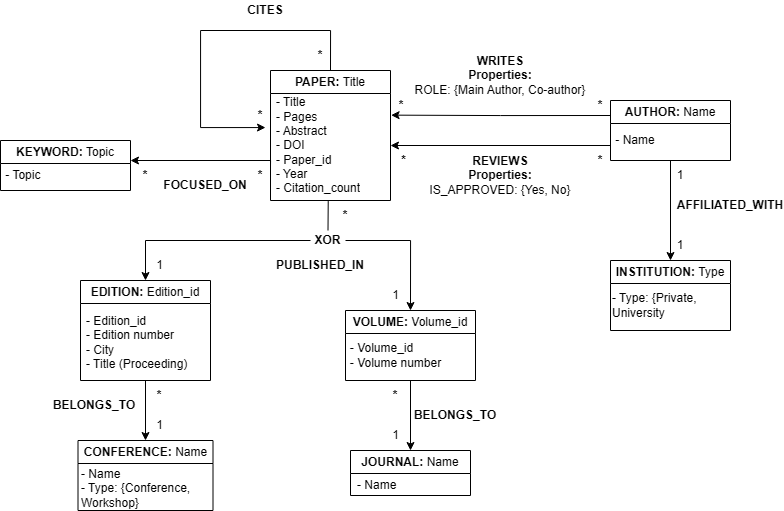
Earlier version of the draw.io export A/A.3/A.3_Schema.png (NIU1638529/SDM-Project). Source tidied: cells renumbered, new cells last; positions are measured from the earlier drawing's top-left corner, leaving out a move shared by most shapes.
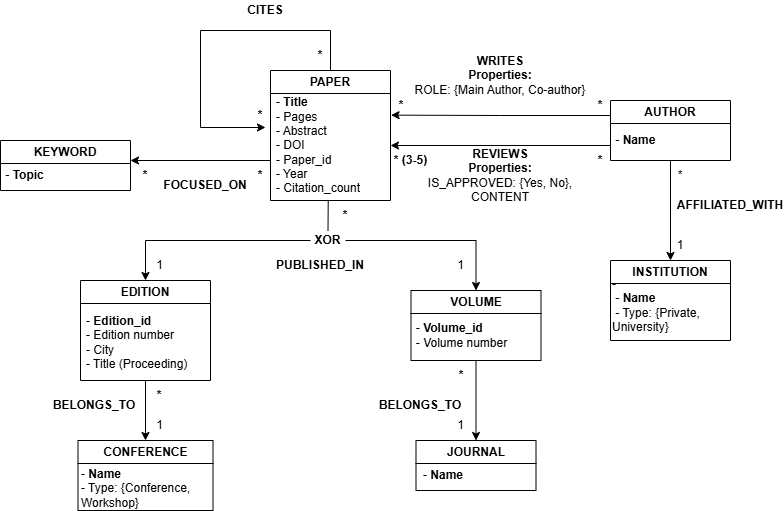
After the commit.

Diff of the diagram source:
```diff
@@ -5,28 +5,28 @@
     <mxCell id="2" style="edgeStyle=orthogonalEdgeStyle;rounded=0;jettySize=auto;html=1;exitX=0;exitY=0.5;exitDx=0;exitDy=0;" parent="1" edge="1" source="42" target="9">
       <mxGeometry relative="1" as="geometry" />
     </mxCell>
-    <mxCell id="3" value="PAPER: &lt;span style=&quot;font-weight: normal;&quot;&gt;Title&lt;/span&gt;" style="swimlane;whiteSpace=wrap;html=1;" parent="1" vertex="1">
+    <mxCell id="3" value="PAPER" style="swimlane;whiteSpace=wrap;html=1;" parent="1" vertex="1">
       <mxGeometry x="270" y="70" width="120" height="130" as="geometry" />
     </mxCell>
-    <mxCell id="4" value="&lt;div&gt;&lt;span style=&quot;background-color: transparent; color: light-dark(rgb(0, 0, 0), rgb(255, 255, 255));&quot;&gt;- Title&lt;/span&gt;&lt;/div&gt;&lt;div&gt;&lt;span style=&quot;background-color: transparent; color: light-dark(rgb(0, 0, 0), rgb(255, 255, 255));&quot;&gt;- Pages&lt;/span&gt;&lt;/div&gt;- Abstract&lt;div&gt;- DOI&lt;/div&gt;&lt;div&gt;- Paper_id&lt;/div&gt;&lt;div&gt;- Year&lt;/div&gt;&lt;div&gt;- Citation_count&lt;/div&gt;" style="text;strokeColor=none;fillColor=none;align=left;verticalAlign=middle;spacingLeft=4;spacingRight=4;overflow=hidden;points=[[0,0.5],[1,0.5]];portConstraint=eastwest;whiteSpace=wrap;html=1;" parent="3" vertex="1">
+    <mxCell id="4" value="&lt;div&gt;&lt;span style=&quot;background-color: transparent; color: light-dark(rgb(0, 0, 0), rgb(255, 255, 255));&quot;&gt;- &lt;b&gt;Title&lt;/b&gt;&lt;/span&gt;&lt;/div&gt;&lt;div&gt;&lt;span style=&quot;background-color: transparent; color: light-dark(rgb(0, 0, 0), rgb(255, 255, 255));&quot;&gt;- Pages&lt;/span&gt;&lt;/div&gt;- Abstract&lt;div&gt;- DOI&lt;/div&gt;&lt;div&gt;- Paper_id&lt;/div&gt;&lt;div&gt;- Year&lt;/div&gt;&lt;div&gt;- Citation_count&lt;/div&gt;" style="text;strokeColor=none;fillColor=none;align=left;verticalAlign=middle;spacingLeft=4;spacingRight=4;overflow=hidden;points=[[0,0.5],[1,0.5]];portConstraint=eastwest;whiteSpace=wrap;html=1;" parent="3" vertex="1">
       <mxGeometry y="20" width="120" height="110" as="geometry" />
     </mxCell>
     <mxCell id="5" value="&lt;div&gt;&lt;b&gt;*&lt;/b&gt;&lt;/div&gt;" style="text;html=1;whiteSpace=wrap;strokeColor=none;fillColor=none;align=center;verticalAlign=middle;rounded=0;" parent="3" vertex="1">
       <mxGeometry x="35" y="-30" width="30" height="30" as="geometry" />
     </mxCell>
-    <mxCell id="6" value="AUTHOR: &lt;span style=&quot;font-weight: 400;&quot;&gt;Name&lt;/span&gt;" style="swimlane;whiteSpace=wrap;html=1;" parent="1" vertex="1">
+    <mxCell id="6" value="AUTHOR" style="swimlane;whiteSpace=wrap;html=1;" parent="1" vertex="1">
       <mxGeometry x="610" y="100" width="120" height="60" as="geometry" />
     </mxCell>
-    <mxCell id="7" value="CONFERENCE: &lt;span style=&quot;font-weight: normal;&quot;&gt;Name&lt;/span&gt;" style="swimlane;whiteSpace=wrap;html=1;" parent="1" vertex="1">
+    <mxCell id="7" value="CONFERENCE" style="swimlane;whiteSpace=wrap;html=1;" parent="1" vertex="1">
       <mxGeometry x="77.5" y="440" width="135" height="70" as="geometry" />
     </mxCell>
-    <mxCell id="8" value="&lt;div&gt;&lt;br&gt;&lt;/div&gt;&lt;div&gt;- Name&lt;/div&gt;&lt;div&gt;&lt;span style=&quot;background-color: transparent; color: light-dark(rgb(0, 0, 0), rgb(255, 255, 255));&quot;&gt;- Type: {Conference, Workshop}&lt;/span&gt;&lt;/div&gt;" style="text;strokeColor=none;fillColor=none;align=left;verticalAlign=middle;spacingLeft=4;spacingRight=4;overflow=hidden;whiteSpace=wrap;html=1;" parent="7" vertex="1">
+    <mxCell id="8" value="&lt;div&gt;&lt;br&gt;&lt;/div&gt;&lt;div&gt;- &lt;b&gt;Name&lt;/b&gt;&lt;/div&gt;&lt;div&gt;&lt;span style=&quot;background-color: transparent; color: light-dark(rgb(0, 0, 0), rgb(255, 255, 255));&quot;&gt;- Type: {Conference, Workshop}&lt;/span&gt;&lt;/div&gt;" style="text;strokeColor=none;fillColor=none;align=left;verticalAlign=middle;spacingLeft=4;spacingRight=4;overflow=hidden;whiteSpace=wrap;html=1;" parent="7" vertex="1">
       <mxGeometry x="-2.5" y="10" width="132.5" height="60" as="geometry" />
     </mxCell>
-    <mxCell id="9" value="EDITION: &lt;span style=&quot;font-weight: normal;&quot;&gt;Edition_id&lt;/span&gt;" style="swimlane;whiteSpace=wrap;html=1;" parent="1" vertex="1">
+    <mxCell id="9" value="EDITION" style="swimlane;whiteSpace=wrap;html=1;" parent="1" vertex="1">
       <mxGeometry x="80" y="280" width="130" height="100" as="geometry" />
     </mxCell>
-    <mxCell id="10" value="&lt;div style=&quot;text-align: left;&quot;&gt;&lt;span style=&quot;background-color: transparent; color: light-dark(rgb(0, 0, 0), rgb(255, 255, 255));&quot;&gt;&lt;br&gt;&lt;/span&gt;&lt;/div&gt;&lt;div style=&quot;text-align: left;&quot;&gt;&lt;span style=&quot;background-color: transparent; color: light-dark(rgb(0, 0, 0), rgb(255, 255, 255));&quot;&gt;&amp;nbsp;- Edition_id&lt;/span&gt;&lt;/div&gt;&lt;div style=&quot;text-align: left;&quot;&gt;&lt;span style=&quot;background-color: transparent; color: light-dark(rgb(0, 0, 0), rgb(255, 255, 255));&quot;&gt;&amp;nbsp;- Edition&amp;nbsp;&lt;/span&gt;&lt;span style=&quot;background-color: transparent; color: light-dark(rgb(0, 0, 0), rgb(255, 255, 255));&quot;&gt;number&lt;/span&gt;&lt;/div&gt;&lt;div style=&quot;text-align: left;&quot;&gt;&lt;span style=&quot;text-align: center; background-color: transparent; color: light-dark(rgb(0, 0, 0), rgb(255, 255, 255));&quot;&gt;&amp;nbsp;- City&lt;/span&gt;&lt;/div&gt;&lt;div style=&quot;text-align: left;&quot;&gt;&lt;span style=&quot;background-color: transparent; color: light-dark(rgb(0, 0, 0), rgb(255, 255, 255)); text-align: center;&quot;&gt;&amp;nbsp;- Title (Proceeding)&lt;/span&gt;&lt;/div&gt;" style="text;html=1;whiteSpace=wrap;strokeColor=none;fillColor=none;align=center;verticalAlign=middle;rounded=0;" parent="9" vertex="1">
+    <mxCell id="10" value="&lt;div style=&quot;text-align: left;&quot;&gt;&lt;span style=&quot;background-color: transparent; color: light-dark(rgb(0, 0, 0), rgb(255, 255, 255));&quot;&gt;&lt;br&gt;&lt;/span&gt;&lt;/div&gt;&lt;div style=&quot;text-align: left;&quot;&gt;&lt;span style=&quot;background-color: transparent; color: light-dark(rgb(0, 0, 0), rgb(255, 255, 255));&quot;&gt;&amp;nbsp;- &lt;b&gt;Edition_id&lt;/b&gt;&lt;/span&gt;&lt;/div&gt;&lt;div style=&quot;text-align: left;&quot;&gt;&lt;span style=&quot;background-color: transparent; color: light-dark(rgb(0, 0, 0), rgb(255, 255, 255));&quot;&gt;&amp;nbsp;- Edition&amp;nbsp;&lt;/span&gt;&lt;span style=&quot;background-color: transparent; color: light-dark(rgb(0, 0, 0), rgb(255, 255, 255));&quot;&gt;number&lt;/span&gt;&lt;/div&gt;&lt;div style=&quot;text-align: left;&quot;&gt;&lt;span style=&quot;text-align: center; background-color: transparent; color: light-dark(rgb(0, 0, 0), rgb(255, 255, 255));&quot;&gt;&amp;nbsp;- City&lt;/span&gt;&lt;/div&gt;&lt;div style=&quot;text-align: left;&quot;&gt;&lt;span style=&quot;background-color: transparent; color: light-dark(rgb(0, 0, 0), rgb(255, 255, 255)); text-align: center;&quot;&gt;&amp;nbsp;- Title (Proceeding)&lt;/span&gt;&lt;/div&gt;" style="text;html=1;whiteSpace=wrap;strokeColor=none;fillColor=none;align=center;verticalAlign=middle;rounded=0;" parent="9" vertex="1">
       <mxGeometry y="40" width="110" height="30" as="geometry" />
     </mxCell>
     <mxCell id="11" value="&lt;b&gt;CITES&lt;/b&gt;" style="text;html=1;whiteSpace=wrap;strokeColor=none;fillColor=none;align=center;verticalAlign=middle;rounded=0;" parent="1" vertex="1">
@@ -35,35 +35,38 @@
     <mxCell id="12" value="&lt;b&gt;WRITES&lt;/b&gt;&lt;div&gt;&lt;b&gt;Properties:&lt;br&gt;&lt;/b&gt;&lt;div&gt;&lt;span style=&quot;background-color: transparent; color: light-dark(rgb(0, 0, 0), rgb(255, 255, 255));&quot;&gt;ROLE: {Main Author, Co-author}&lt;/span&gt;&lt;/div&gt;&lt;/div&gt;" style="text;html=1;whiteSpace=wrap;strokeColor=none;fillColor=none;align=center;verticalAlign=middle;rounded=0;" parent="1" vertex="1">
       <mxGeometry x="405" y="60" width="190" height="30" as="geometry" />
     </mxCell>
-    <mxCell id="13" value="&lt;div&gt;&lt;b style=&quot;background-color: light-dark(#ffffff, var(--ge-dark-color, #121212));&quot;&gt;REVIEWS&lt;/b&gt;&lt;/div&gt;&lt;div&gt;&lt;b style=&quot;&quot;&gt;&lt;font style=&quot;background-color: light-dark(#ffffff, var(--ge-dark-color, #121212));&quot;&gt;Properties:&lt;/font&gt;&lt;/b&gt;&lt;/div&gt;&lt;div&gt;&lt;span style=&quot;background-color: light-dark(#ffffff, var(--ge-dark-color, #121212));&quot;&gt;&lt;font style=&quot;&quot;&gt;IS_APPROVED: {Yes, No&lt;/font&gt;}&lt;/span&gt;&lt;/div&gt;" style="text;html=1;whiteSpace=wrap;strokeColor=none;fillColor=none;align=center;verticalAlign=middle;rounded=0;" parent="1" vertex="1">
+    <mxCell id="13" value="&lt;div&gt;&lt;b style=&quot;background-color: light-dark(#ffffff, var(--ge-dark-color, #121212));&quot;&gt;REVIEWS&lt;/b&gt;&lt;/div&gt;&lt;div&gt;&lt;b style=&quot;&quot;&gt;&lt;font style=&quot;background-color: light-dark(#ffffff, var(--ge-dark-color, #121212));&quot;&gt;Properties:&lt;/font&gt;&lt;/b&gt;&lt;/div&gt;&lt;div&gt;&lt;span style=&quot;background-color: light-dark(#ffffff, var(--ge-dark-color, #121212));&quot;&gt;&lt;font style=&quot;&quot;&gt;IS_APPROVED: {Yes, No&lt;/font&gt;},&lt;/span&gt;&lt;/div&gt;&lt;div&gt;&lt;span style=&quot;background-color: light-dark(#ffffff, var(--ge-dark-color, #121212));&quot;&gt;CONTENT&lt;/span&gt;&lt;/div&gt;" style="text;html=1;whiteSpace=wrap;strokeColor=none;fillColor=none;align=center;verticalAlign=middle;rounded=0;" parent="1" vertex="1">
       <mxGeometry x="425" y="150" width="150" height="50" as="geometry" />
     </mxCell>
     <mxCell id="14" value="&lt;div&gt;&lt;b&gt;PUBLISHED_IN&lt;/b&gt;&lt;/div&gt;" style="text;html=1;whiteSpace=wrap;strokeColor=none;fillColor=none;align=center;verticalAlign=middle;rounded=0;" parent="1" vertex="1">
       <mxGeometry x="245" y="250" width="150" height="30" as="geometry" />
     </mxCell>
-    <mxCell id="15" value="VOLUME: &lt;span style=&quot;font-weight: normal;&quot;&gt;Volume_id&lt;/span&gt;" style="swimlane;whiteSpace=wrap;html=1;" parent="1" vertex="1">
-      <mxGeometry x="345" y="310" width="130" height="70" as="geometry" />
+    <mxCell id="15" value="VOLUME" style="swimlane;whiteSpace=wrap;html=1;" parent="1" vertex="1">
+      <mxGeometry x="410.5" y="290" width="130" height="70" as="geometry" />
     </mxCell>
-    <mxCell id="16" value="&lt;div style=&quot;text-align: left;&quot;&gt;&lt;br&gt;&lt;/div&gt;&lt;div style=&quot;text-align: left;&quot;&gt;&lt;span style=&quot;background-color: transparent; color: light-dark(rgb(0, 0, 0), rgb(255, 255, 255));&quot;&gt;- Volume_id&lt;/span&gt;&lt;/div&gt;&lt;div style=&quot;text-align: left;&quot;&gt;&lt;span style=&quot;background-color: transparent; color: light-dark(rgb(0, 0, 0), rgb(255, 255, 255));&quot;&gt;- Volume number&lt;/span&gt;&lt;/div&gt;&lt;div style=&quot;text-align: left;&quot;&gt;&lt;br&gt;&lt;/div&gt;" style="text;html=1;whiteSpace=wrap;strokeColor=none;fillColor=none;align=center;verticalAlign=middle;rounded=0;" parent="15" vertex="1">
+    <mxCell id="16" value="&lt;div style=&quot;text-align: left;&quot;&gt;&lt;br&gt;&lt;/div&gt;&lt;div style=&quot;text-align: left;&quot;&gt;&lt;span style=&quot;background-color: transparent; color: light-dark(rgb(0, 0, 0), rgb(255, 255, 255));&quot;&gt;- &lt;b&gt;Volume_id&lt;/b&gt;&lt;/span&gt;&lt;/div&gt;&lt;div style=&quot;text-align: left;&quot;&gt;&lt;span style=&quot;background-color: transparent; color: light-dark(rgb(0, 0, 0), rgb(255, 255, 255));&quot;&gt;- Volume number&lt;/span&gt;&lt;/div&gt;&lt;div style=&quot;text-align: left;&quot;&gt;&lt;br&gt;&lt;/div&gt;" style="text;html=1;whiteSpace=wrap;strokeColor=none;fillColor=none;align=center;verticalAlign=middle;rounded=0;" parent="15" vertex="1">
       <mxGeometry x="1" y="30" width="99" height="30" as="geometry" />
     </mxCell>
     <mxCell id="17" value="&lt;div&gt;&lt;b&gt;BELONGS_TO&lt;/b&gt;&lt;/div&gt;" style="text;html=1;whiteSpace=wrap;strokeColor=none;fillColor=none;align=center;verticalAlign=middle;rounded=0;" parent="1" vertex="1">
       <mxGeometry x="19" y="390" width="150" height="30" as="geometry" />
     </mxCell>
-    <mxCell id="18" value="JOURNAL: &lt;span style=&quot;font-weight: normal;&quot;&gt;Name&lt;/span&gt;" style="swimlane;whiteSpace=wrap;html=1;" parent="1" vertex="1">
-      <mxGeometry x="350" y="450" width="120" height="45" as="geometry" />
+    <mxCell id="18" value="JOURNAL" style="swimlane;whiteSpace=wrap;html=1;" parent="1" vertex="1">
+      <mxGeometry x="415.5" y="440" width="120" height="50" as="geometry" />
     </mxCell>
+    <mxCell id="48" value="- &lt;b&gt;Name&lt;/b&gt;" style="text;html=1;whiteSpace=wrap;strokeColor=none;fillColor=none;align=left;verticalAlign=middle;rounded=0;" parent="18" vertex="1">
+      <mxGeometry x="5" y="20" width="110" height="30" as="geometry" />
+    </mxCell>
-    <mxCell id="19" value="KEYWORD: &lt;span style=&quot;font-weight: normal;&quot;&gt;Topic&lt;/span&gt;" style="swimlane;whiteSpace=wrap;html=1;startSize=23;" parent="1" vertex="1">
+    <mxCell id="19" value="KEYWORD" style="swimlane;whiteSpace=wrap;html=1;startSize=23;" parent="1" vertex="1">
       <mxGeometry y="140" width="130" height="50" as="geometry" />
     </mxCell>
     <mxCell id="20" value="&lt;div style=&quot;text-align: left;&quot;&gt;&lt;br&gt;&lt;/div&gt;" style="text;html=1;whiteSpace=wrap;strokeColor=none;fillColor=none;align=center;verticalAlign=middle;rounded=0;" parent="19" vertex="1">
       <mxGeometry y="30" width="99" height="30" as="geometry" />
     </mxCell>
-    <mxCell id="21" value="&lt;div style=&quot;&quot;&gt;&amp;nbsp;- Topic&lt;/div&gt;" style="text;html=1;whiteSpace=wrap;strokeColor=none;fillColor=none;align=left;verticalAlign=middle;rounded=0;" parent="19" vertex="1">
+    <mxCell id="21" value="&lt;div style=&quot;&quot;&gt;&amp;nbsp;- &lt;b&gt;Topic&lt;/b&gt;&lt;/div&gt;" style="text;html=1;whiteSpace=wrap;strokeColor=none;fillColor=none;align=left;verticalAlign=middle;rounded=0;" parent="19" vertex="1">
       <mxGeometry y="20" width="110" height="30" as="geometry" />
     </mxCell>
     <mxCell id="22" value="&lt;div&gt;&lt;b&gt;BELONGS_TO&lt;/b&gt;&lt;/div&gt;" style="text;html=1;whiteSpace=wrap;strokeColor=none;fillColor=none;align=center;verticalAlign=middle;rounded=0;" parent="1" vertex="1">
-      <mxGeometry x="380" y="400" width="150" height="30" as="geometry" />
+      <mxGeometry x="345" y="390" width="150" height="30" as="geometry" />
     </mxCell>
     <mxCell id="23" style="edgeStyle=orthogonalEdgeStyle;rounded=0;jettySize=auto;html=1;exitX=0;exitY=0.689;exitDx=0;exitDy=0;exitPerimeter=0;" parent="1" edge="1" source="4">
       <mxGeometry relative="1" as="geometry">
@@ -83,22 +86,22 @@
       <mxGeometry x="330" y="200" width="30" height="30" as="geometry" />
     </mxCell>
     <mxCell id="27" value="&lt;div&gt;1&lt;/div&gt;" style="text;html=1;whiteSpace=wrap;strokeColor=none;fillColor=none;align=center;verticalAlign=middle;rounded=0;" parent="1" vertex="1">
-      <mxGeometry x="374.5" y="280" width="41" height="30" as="geometry" />
+      <mxGeometry x="440" y="250" width="41" height="30" as="geometry" />
     </mxCell>
     <mxCell id="28" value="&lt;div&gt;1&lt;/div&gt;" style="text;html=1;whiteSpace=wrap;strokeColor=none;fillColor=none;align=center;verticalAlign=middle;rounded=0;" parent="1" vertex="1">
-      <mxGeometry x="374.5" y="420" width="41" height="30" as="geometry" />
+      <mxGeometry x="440" y="410" width="41" height="30" as="geometry" />
     </mxCell>
     <mxCell id="29" value="&lt;div&gt;&lt;b&gt;*&lt;/b&gt;&lt;/div&gt;" style="text;html=1;whiteSpace=wrap;strokeColor=none;fillColor=none;align=center;verticalAlign=middle;rounded=0;" parent="1" vertex="1">
       <mxGeometry x="149" y="380" width="20" height="30" as="geometry" />
     </mxCell>
     <mxCell id="30" value="&lt;div&gt;&lt;b&gt;*&lt;/b&gt;&lt;/div&gt;" style="text;html=1;whiteSpace=wrap;strokeColor=none;fillColor=none;align=center;verticalAlign=middle;rounded=0;" parent="1" vertex="1">
-      <mxGeometry x="380" y="380" width="30" height="30" as="geometry" />
+      <mxGeometry x="445.5" y="360" width="30" height="30" as="geometry" />
     </mxCell>
     <mxCell id="31" value="&lt;div&gt;&lt;b&gt;*&lt;/b&gt;&lt;/div&gt;" style="text;html=1;whiteSpace=wrap;strokeColor=none;fillColor=none;align=center;verticalAlign=middle;rounded=0;" parent="1" vertex="1">
       <mxGeometry x="585" y="145" width="30" height="30" as="geometry" />
     </mxCell>
-    <mxCell id="32" value="&lt;div&gt;&lt;b&gt;*&lt;/b&gt;&lt;/div&gt;" style="text;html=1;whiteSpace=wrap;strokeColor=none;fillColor=none;align=center;verticalAlign=middle;rounded=0;" parent="1" vertex="1">
-      <mxGeometry x="391" y="145" width="24.5" height="30" as="geometry" />
+    <mxCell id="32" value="&lt;div&gt;&lt;b&gt;* (3-5)&lt;/b&gt;&lt;/div&gt;" style="text;html=1;whiteSpace=wrap;strokeColor=none;fillColor=none;align=center;verticalAlign=middle;rounded=0;" parent="1" vertex="1">
+      <mxGeometry x="391" y="145" width="39" height="30" as="geometry" />
     </mxCell>
     <mxCell id="33" value="&lt;div&gt;&lt;b&gt;*&lt;/b&gt;&lt;/div&gt;" style="text;html=1;whiteSpace=wrap;strokeColor=none;fillColor=none;align=center;verticalAlign=middle;rounded=0;" parent="1" vertex="1">
       <mxGeometry x="590" y="90" width="20" height="30" as="geometry" />
@@ -153,25 +156,22 @@
     <mxCell id="47" value="&lt;div&gt;&lt;b&gt;*&lt;/b&gt;&lt;/div&gt;" style="text;html=1;whiteSpace=wrap;strokeColor=none;fillColor=none;align=center;verticalAlign=middle;rounded=0;" parent="1" vertex="1">
       <mxGeometry x="385.5" y="90" width="30" height="30" as="geometry" />
     </mxCell>
-    <mxCell id="48" value="- Name" style="text;html=1;whiteSpace=wrap;strokeColor=none;fillColor=none;align=left;verticalAlign=middle;rounded=0;" parent="1" vertex="1">
-      <mxGeometry x="355" y="470" width="110" height="30" as="geometry" />
-    </mxCell>
     <mxCell id="49" style="edgeStyle=orthogonalEdgeStyle;rounded=0;jettySize=auto;html=1;exitX=0.75;exitY=1;exitDx=0;exitDy=0;" parent="1" edge="1" source="50" target="51">
       <mxGeometry relative="1" as="geometry" />
     </mxCell>
-    <mxCell id="50" value="&amp;nbsp;- Name" style="text;html=1;whiteSpace=wrap;strokeColor=none;fillColor=none;align=left;verticalAlign=middle;rounded=0;" parent="1" vertex="1">
+    <mxCell id="50" value="&amp;nbsp;- &lt;b&gt;Name&lt;/b&gt;" style="text;html=1;whiteSpace=wrap;strokeColor=none;fillColor=none;align=left;verticalAlign=middle;rounded=0;" parent="1" vertex="1">
       <mxGeometry x="610" y="120" width="80" height="40" as="geometry" />
     </mxCell>
-    <mxCell id="51" value="INSTITUTION: &lt;span style=&quot;font-weight: normal;&quot;&gt;Type&lt;/span&gt;" style="swimlane;whiteSpace=wrap;html=1;" parent="1" vertex="1">
-      <mxGeometry x="610" y="260" width="120" height="70" as="geometry" />
+    <mxCell id="51" value="INSTITUTION" style="swimlane;whiteSpace=wrap;html=1;" parent="1" vertex="1">
+      <mxGeometry x="610" y="260" width="120" height="80" as="geometry" />
     </mxCell>
-    <mxCell id="52" value="- Type: {Private, University" style="text;html=1;whiteSpace=wrap;strokeColor=none;fillColor=none;align=left;verticalAlign=middle;rounded=0;" parent="51" vertex="1">
+    <mxCell id="52" value="-&amp;nbsp;&lt;div&gt;&amp;nbsp;- &lt;b&gt;Name&amp;nbsp;&amp;nbsp;&lt;/b&gt;&lt;div&gt;&amp;nbsp;- Type: {Private, University&lt;span style=&quot;background-color: transparent; color: light-dark(rgb(0, 0, 0), rgb(255, 255, 255));&quot;&gt;}&lt;/span&gt;&lt;/div&gt;&lt;/div&gt;" style="text;html=1;whiteSpace=wrap;strokeColor=none;fillColor=none;align=left;verticalAlign=middle;rounded=0;" parent="51" vertex="1">
       <mxGeometry y="30" width="120" height="30" as="geometry" />
     </mxCell>
     <mxCell id="53" value="&lt;b&gt;AFFILIATED_WITH&lt;/b&gt;" style="text;html=1;whiteSpace=wrap;strokeColor=none;fillColor=none;align=center;verticalAlign=middle;rounded=0;" parent="1" vertex="1">
       <mxGeometry x="700" y="190" width="60" height="30" as="geometry" />
     </mxCell>
-    <mxCell id="54" value="1" style="text;html=1;whiteSpace=wrap;strokeColor=none;fillColor=none;align=center;verticalAlign=middle;rounded=0;" parent="1" vertex="1">
+    <mxCell id="54" value="*" style="text;html=1;whiteSpace=wrap;strokeColor=none;fillColor=none;align=center;verticalAlign=middle;rounded=0;" parent="1" vertex="1">
       <mxGeometry x="650" y="160" width="60" height="30" as="geometry" />
     </mxCell>
     <mxCell id="55" value="1" style="text;html=1;whiteSpace=wrap;strokeColor=none;fillColor=none;align=center;verticalAlign=middle;rounded=0;" parent="1" vertex="1">
```
